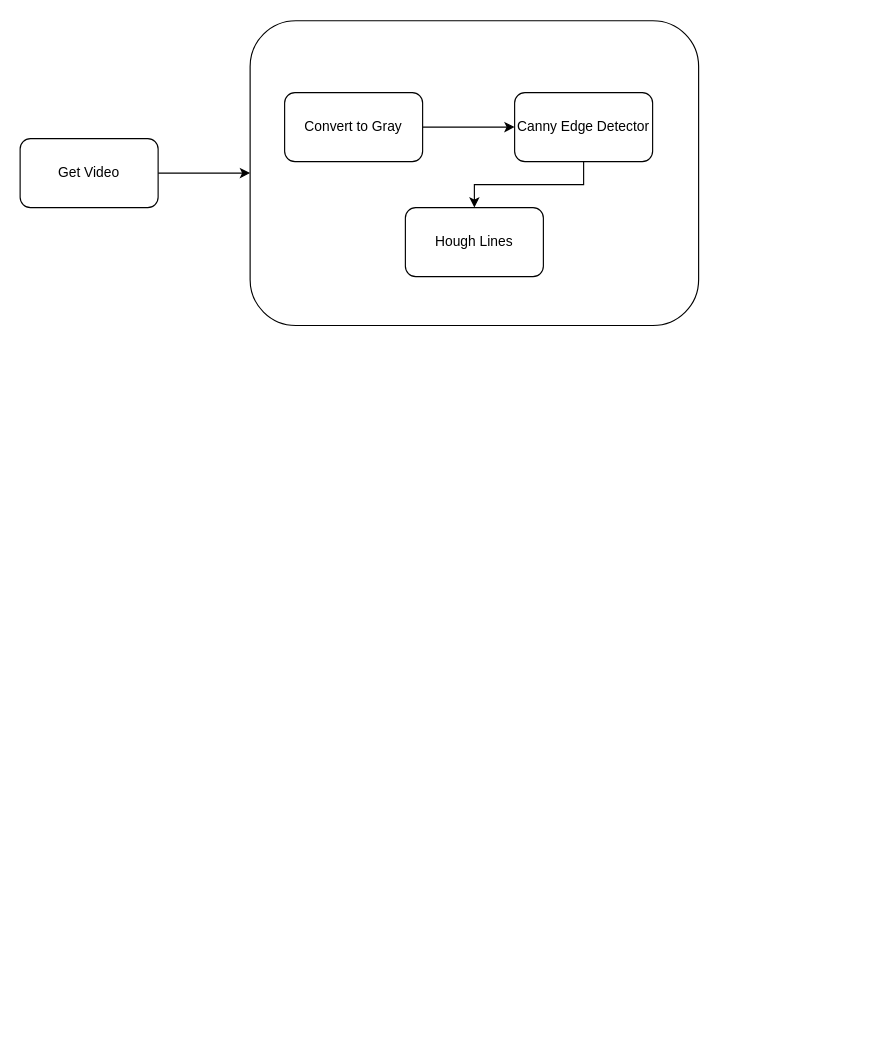
HugoCLSC/TADPIProj keeps this draw.io diagram as DetectorArchitecture.drawio. Above is the earlier version. Source tidied: cells renumbered, new cells numbered last; positions are measured from the earlier drawing's top-left corner, leaving out a move shared by most shapes. Both pictures are drawn from the tidied source at 115%, with x=0, y=0 at pixel (20, 21).
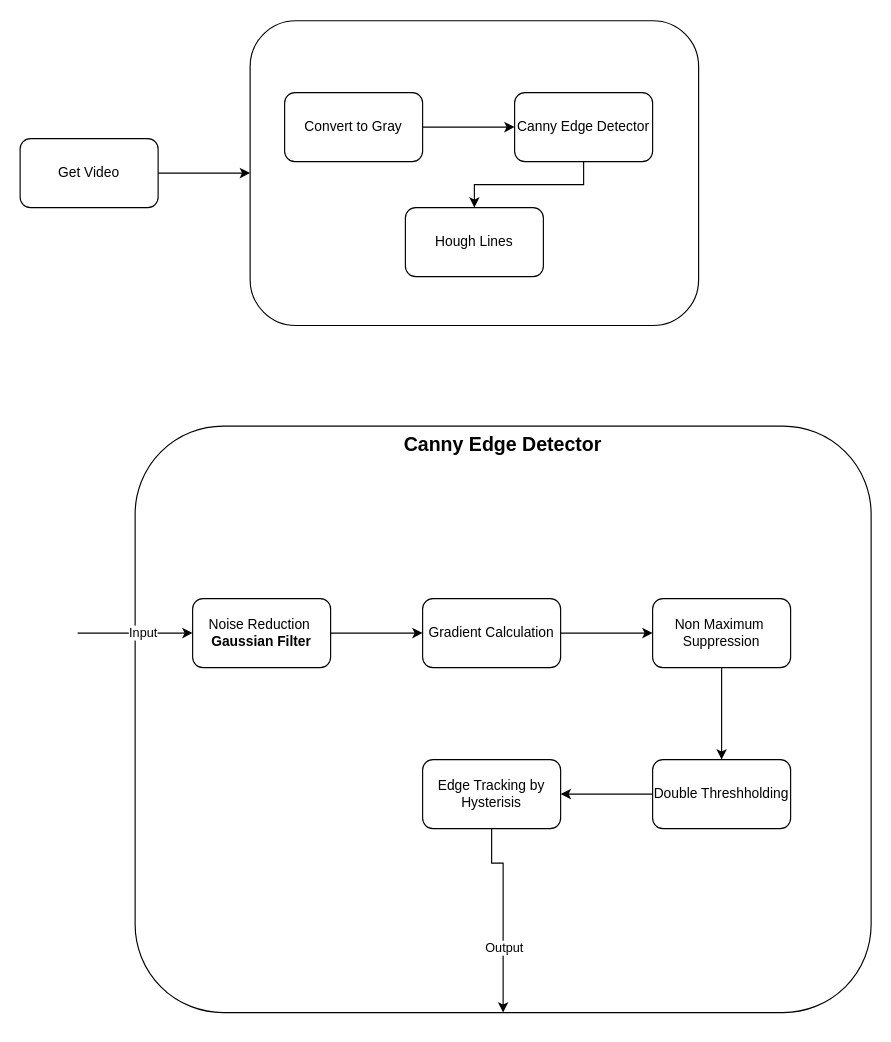
The same page after the edit.

The edit, as a diff of the source:
```diff
@@
+    <mxCell id="10" style="group;" parent="1" vertex="1">
+      <mxGeometry x="50" y="352" width="690" height="510" as="geometry" />
+    </mxCell>
+    <mxCell id="11" value="&lt;div style=&quot;&quot;&gt;&lt;span style=&quot;background-color: initial;&quot;&gt;&lt;b&gt;&lt;font style=&quot;font-size: 17px;&quot;&gt;Canny Edge Detector&lt;/font&gt;&lt;/b&gt;&lt;/span&gt;&lt;/div&gt;" style="rounded=1;whiteSpace=wrap;html=1;align=center;horizontal=1;verticalAlign=top;" parent="10" vertex="1">
+      <mxGeometry x="50" width="640" height="510" as="geometry" />
+    </mxCell>
+    <mxCell id="12" value="Non Maximum&amp;nbsp;&lt;br&gt;Suppression" style="whiteSpace=wrap;html=1;rounded=1;" parent="10" vertex="1">
+      <mxGeometry x="500" y="150" width="120" height="60" as="geometry" />
+    </mxCell>
+    <mxCell id="13" style="group;" parent="10" vertex="1">
+      <mxGeometry x="100" y="150" width="520" height="240" as="geometry" />
+    </mxCell>
+    <mxCell id="14" value="Noise Reduction&amp;nbsp;&lt;br&gt;&lt;b&gt;Gaussian Filter&lt;/b&gt;" style="rounded=1;whiteSpace=wrap;html=1;" parent="13" vertex="1">
+      <mxGeometry width="120" height="60" as="geometry" />
+    </mxCell>
+    <mxCell id="15" value="Gradient Calculation" style="rounded=1;whiteSpace=wrap;html=1;" parent="13" vertex="1">
+      <mxGeometry x="200" width="120" height="60" as="geometry" />
+    </mxCell>
+    <mxCell id="16" style="edgeStyle=orthogonalEdgeStyle;rounded=0;jettySize=auto;html=1;exitX=1;exitY=0.5;exitDx=0;exitDy=0;" parent="13" edge="1" source="14" target="15">
+      <mxGeometry relative="1" as="geometry" />
+    </mxCell>
+    <mxCell id="17" value="Double Threshholding" style="whiteSpace=wrap;html=1;rounded=1;" parent="13" vertex="1">
+      <mxGeometry x="400" y="140" width="120" height="60" as="geometry" />
+    </mxCell>
+    <mxCell id="18" value="Edge Tracking by Hysterisis" style="whiteSpace=wrap;html=1;rounded=1;" parent="13" vertex="1">
+      <mxGeometry x="200" y="140" width="120" height="60" as="geometry" />
+    </mxCell>
+    <mxCell id="19" style="edgeStyle=orthogonalEdgeStyle;rounded=0;jettySize=auto;html=1;" parent="13" edge="1" source="17" target="18">
+      <mxGeometry relative="1" as="geometry" />
+    </mxCell>
+    <mxCell id="20" style="edgeStyle=orthogonalEdgeStyle;rounded=0;jettySize=auto;html=1;" parent="10" edge="1" source="15" target="12">
+      <mxGeometry relative="1" as="geometry" />
+    </mxCell>
+    <mxCell id="21" style="edgeStyle=orthogonalEdgeStyle;rounded=0;jettySize=auto;html=1;" parent="10" edge="1" source="12" target="17">
+      <mxGeometry relative="1" as="geometry" />
+    </mxCell>
+    <mxCell id="22" style="edgeStyle=orthogonalEdgeStyle;rounded=0;jettySize=auto;html=1;exitX=0.5;exitY=1;exitDx=0;exitDy=0;entryX=0.5;entryY=1;entryDx=0;entryDy=0;" parent="10" edge="1" source="18" target="11">
+      <mxGeometry relative="1" as="geometry">
+        <Array as="points">
+          <mxPoint x="360" y="380" />
+          <mxPoint x="370" y="380" />
+        </Array>
+      </mxGeometry>
+    </mxCell>
+    <mxCell id="23" value="Output" style="edgeLabel;html=1;align=center;verticalAlign=middle;" parent="22" vertex="1">
+      <mxGeometry x="0.33" relative="1" as="geometry" />
+    </mxCell>
+    <mxCell id="24" style="endArrow=classic;html=1;rounded=0;" parent="10" edge="1">
+      <mxGeometry relative="1" as="geometry">
+        <mxPoint y="180" as="sourcePoint" />
+        <mxPoint x="100" y="180" as="targetPoint" />
+      </mxGeometry>
+    </mxCell>
+    <mxCell id="25" value="Input" style="edgeLabel;html=1;align=center;verticalAlign=middle;" parent="24" vertex="1">
+      <mxGeometry x="0.12" y="1" relative="1" as="geometry" />
+    </mxCell>
```
